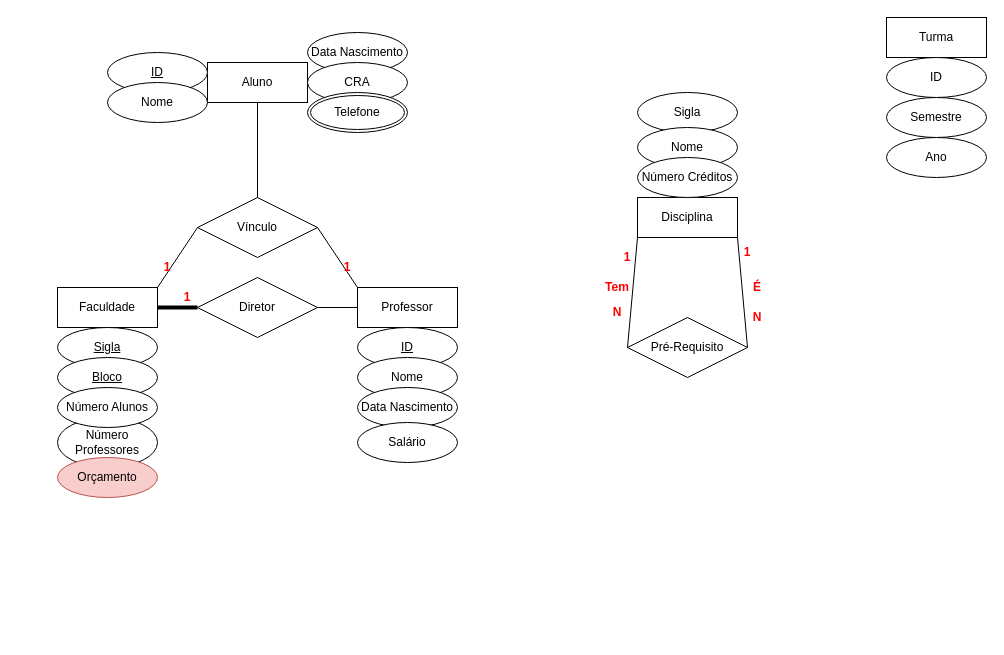
The draw.io diagram Aula 2 - Ex 2.drawio in artfrc/SBD, before the edit. Source tidied: cells renumbered, new cells numbered last; positions are measured from the earlier drawing's top-left corner, leaving out a move shared by most shapes. Both pictures are drawn from the tidied source at 100%, with x=0, y=0 at pixel (57, 17).
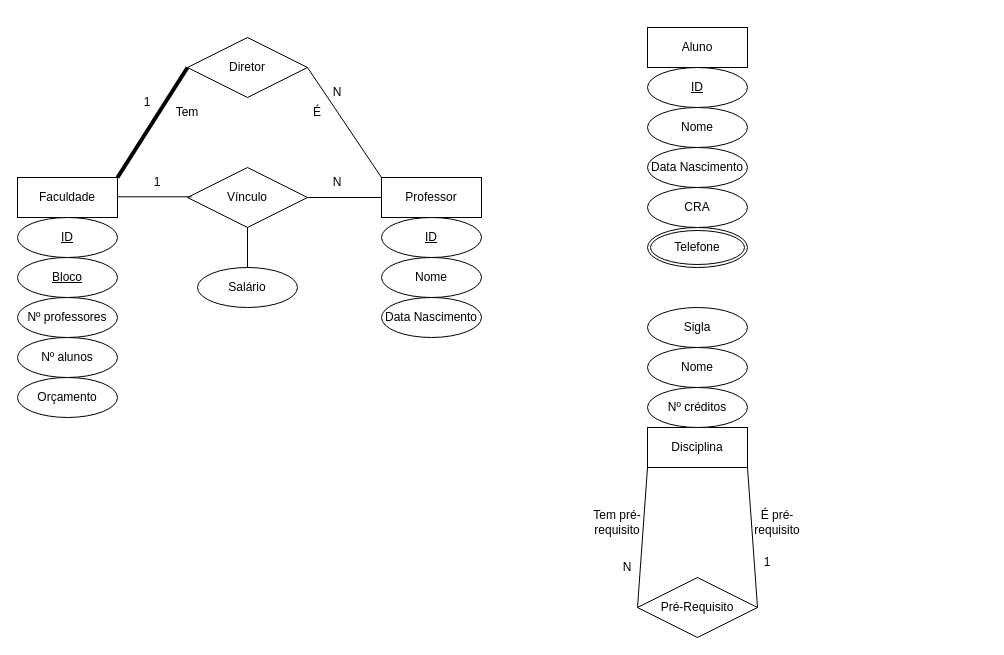
After the change.

What changed in the source:
```diff
@@
     <mxCell id="2" value="Faculdade" style="whiteSpace=wrap;html=1;align=center;" parent="1" vertex="1">
-      <mxGeometry y="270" width="100" height="40" as="geometry" />
+      <mxGeometry x="-40" y="160" width="100" height="40" as="geometry" />
     </mxCell>
-    <mxCell id="3" value="Sigla" style="ellipse;whiteSpace=wrap;html=1;align=center;fontStyle=4;" parent="1" vertex="1">
-      <mxGeometry y="310" width="100" height="40" as="geometry" />
-    </mxCell>
+    <mxCell id="46" value="ID" style="ellipse;whiteSpace=wrap;html=1;align=center;fontStyle=4;" parent="1" vertex="1">
+      <mxGeometry x="-40" y="200" width="100" height="40" as="geometry" />
+    </mxCell>
-    <mxCell id="4" value="&lt;u&gt;Bloco&lt;/u&gt;" style="ellipse;whiteSpace=wrap;html=1;align=center;" parent="1" vertex="1">
-      <mxGeometry y="340" width="100" height="40" as="geometry" />
+    <mxCell id="4" value="Bloco" style="ellipse;whiteSpace=wrap;html=1;align=center;fontStyle=4;" parent="1" vertex="1">
+      <mxGeometry x="-40" y="240" width="100" height="40" as="geometry" />
     </mxCell>
-    <mxCell id="5" value="Número Professores" style="ellipse;whiteSpace=wrap;html=1;align=center;" parent="1" vertex="1">
-      <mxGeometry y="400" width="100" height="50" as="geometry" />
-    </mxCell>
-    <mxCell id="6" value="Número Alunos" style="ellipse;whiteSpace=wrap;html=1;align=center;" parent="1" vertex="1">
-      <mxGeometry y="370" width="100" height="40" as="geometry" />
-    </mxCell>
+    <mxCell id="47" value="Nº professores" style="ellipse;whiteSpace=wrap;html=1;align=center;" parent="1" vertex="1">
+      <mxGeometry x="-40" y="280" width="100" height="40" as="geometry" />
+    </mxCell>
+    <mxCell id="48" value="Nº alunos" style="ellipse;whiteSpace=wrap;html=1;align=center;" parent="1" vertex="1">
+      <mxGeometry x="-40" y="320" width="100" height="40" as="geometry" />
+    </mxCell>
-    <mxCell id="7" value="Orçamento" style="ellipse;whiteSpace=wrap;html=1;align=center;fillColor=#f8cecc;strokeColor=#b85450;" parent="1" vertex="1">
-      <mxGeometry y="440" width="100" height="40" as="geometry" />
+    <mxCell id="7" value="Orçamento" style="ellipse;whiteSpace=wrap;html=1;align=center;" parent="1" vertex="1">
+      <mxGeometry x="-40" y="360" width="100" height="40" as="geometry" />
     </mxCell>
     <mxCell id="8" value="Disciplina" style="whiteSpace=wrap;html=1;align=center;" parent="1" vertex="1">
-      <mxGeometry x="580" y="180" width="100" height="40" as="geometry" />
+      <mxGeometry x="590" y="410" width="100" height="40" as="geometry" />
     </mxCell>
     <mxCell id="9" value="Sigla" style="ellipse;whiteSpace=wrap;html=1;align=center;" parent="1" vertex="1">
-      <mxGeometry x="580" y="75" width="100" height="40" as="geometry" />
+      <mxGeometry x="590" y="290" width="100" height="40" as="geometry" />
     </mxCell>
-    <mxCell id="10" value="Nome" style="ellipse;whiteSpace=wrap;html=1;align=center;" parent="1" vertex="1">
-      <mxGeometry x="580" y="110" width="100" height="40" as="geometry" />
-    </mxCell>
-    <mxCell id="11" value="Número Créditos" style="ellipse;whiteSpace=wrap;html=1;align=center;" parent="1" vertex="1">
-      <mxGeometry x="580" y="140" width="100" height="40" as="geometry" />
-    </mxCell>
+    <mxCell id="49" value="Nome" style="ellipse;whiteSpace=wrap;html=1;align=center;" parent="1" vertex="1">
+      <mxGeometry x="590" y="330" width="100" height="40" as="geometry" />
+    </mxCell>
+    <mxCell id="50" value="Nº créditos" style="ellipse;whiteSpace=wrap;html=1;align=center;" parent="1" vertex="1">
+      <mxGeometry x="590" y="370" width="100" height="40" as="geometry" />
+    </mxCell>
+    <mxCell id="31" value="Pré-Requisito" style="shape=rhombus;perimeter=rhombusPerimeter;whiteSpace=wrap;html=1;align=center;" parent="1" vertex="1">
+      <mxGeometry x="580" y="560" width="120" height="60" as="geometry" />
+    </mxCell>
+    <mxCell id="51" style="endArrow=none;html=1;rounded=0;exitX=0;exitY=1;exitDx=0;exitDy=0;entryX=0;entryY=0.5;entryDx=0;entryDy=0;" parent="1" edge="1" source="8" target="31">
+      <mxGeometry relative="1" as="geometry" />
+    </mxCell>
+    <mxCell id="52" style="endArrow=none;html=1;rounded=0;exitX=1;exitY=1;exitDx=0;exitDy=0;entryX=1;entryY=0.5;entryDx=0;entryDy=0;" parent="1" edge="1" source="8" target="31">
+      <mxGeometry relative="1" as="geometry" />
+    </mxCell>
+    <mxCell id="53" value="Tem pré-requisito" style="text;html=1;strokeColor=none;fillColor=none;align=center;verticalAlign=middle;whiteSpace=wrap;rounded=0;" parent="1" vertex="1">
+      <mxGeometry x="530" y="490" width="60" height="30" as="geometry" />
+    </mxCell>
+    <mxCell id="54" value="N" style="text;html=1;strokeColor=none;fillColor=none;align=center;verticalAlign=middle;whiteSpace=wrap;rounded=0;" parent="1" vertex="1">
+      <mxGeometry x="540" y="535" width="60" height="30" as="geometry" />
+    </mxCell>
+    <mxCell id="55" value="É pré-requisito" style="text;html=1;strokeColor=none;fillColor=none;align=center;verticalAlign=middle;whiteSpace=wrap;rounded=0;" parent="1" vertex="1">
+      <mxGeometry x="690" y="490" width="60" height="30" as="geometry" />
+    </mxCell>
+    <mxCell id="56" value="1" style="text;html=1;strokeColor=none;fillColor=none;align=center;verticalAlign=middle;whiteSpace=wrap;rounded=0;" parent="1" vertex="1">
+      <mxGeometry x="680" y="530" width="60" height="30" as="geometry" />
+    </mxCell>
     <mxCell id="12" value="Professor" style="whiteSpace=wrap;html=1;align=center;" parent="1" vertex="1">
-      <mxGeometry x="300" y="270" width="100" height="40" as="geometry" />
+      <mxGeometry x="324" y="160" width="100" height="40" as="geometry" />
     </mxCell>
-    <mxCell id="13" value="&lt;u&gt;ID&lt;/u&gt;" style="ellipse;whiteSpace=wrap;html=1;align=center;" parent="1" vertex="1">
-      <mxGeometry x="300" y="310" width="100" height="40" as="geometry" />
-    </mxCell>
-    <mxCell id="14" value="Nome" style="ellipse;whiteSpace=wrap;html=1;align=center;" parent="1" vertex="1">
-      <mxGeometry x="300" y="340" width="100" height="40" as="geometry" />
-    </mxCell>
-    <mxCell id="15" value="Data Nascimento" style="ellipse;whiteSpace=wrap;html=1;align=center;" parent="1" vertex="1">
-      <mxGeometry x="300" y="370" width="100" height="40" as="geometry" />
-    </mxCell>
+    <mxCell id="57" value="ID" style="ellipse;whiteSpace=wrap;html=1;align=center;fontStyle=4;" parent="1" vertex="1">
+      <mxGeometry x="324" y="200" width="100" height="40" as="geometry" />
+    </mxCell>
+    <mxCell id="58" value="Nome" style="ellipse;whiteSpace=wrap;html=1;align=center;" parent="1" vertex="1">
+      <mxGeometry x="324" y="240" width="100" height="40" as="geometry" />
+    </mxCell>
+    <mxCell id="59" value="Data Nascimento" style="ellipse;whiteSpace=wrap;html=1;align=center;" parent="1" vertex="1">
+      <mxGeometry x="324" y="280" width="100" height="40" as="geometry" />
+    </mxCell>
     <mxCell id="16" value="Salário" style="ellipse;whiteSpace=wrap;html=1;align=center;" parent="1" vertex="1">
-      <mxGeometry x="300" y="405" width="100" height="40" as="geometry" />
+      <mxGeometry x="140" y="250" width="100" height="40" as="geometry" />
     </mxCell>
     <mxCell id="17" value="Aluno" style="whiteSpace=wrap;html=1;align=center;" parent="1" vertex="1">
-      <mxGeometry x="150" y="45" width="100" height="40" as="geometry" />
+      <mxGeometry x="590" y="10" width="100" height="40" as="geometry" />
     </mxCell>
-    <mxCell id="18" value="ID" style="ellipse;whiteSpace=wrap;html=1;align=center;fontStyle=4;" parent="1" vertex="1">
-      <mxGeometry x="50" y="35" width="100" height="40" as="geometry" />
-    </mxCell>
-    <mxCell id="19" value="Nome" style="ellipse;whiteSpace=wrap;html=1;align=center;" parent="1" vertex="1">
-      <mxGeometry x="50" y="65" width="100" height="40" as="geometry" />
-    </mxCell>
-    <mxCell id="20" value="Data Nascimento" style="ellipse;whiteSpace=wrap;html=1;align=center;" parent="1" vertex="1">
-      <mxGeometry x="250" y="15" width="100" height="40" as="geometry" />
-    </mxCell>
+    <mxCell id="60" value="Nome" style="ellipse;whiteSpace=wrap;html=1;align=center;" parent="1" vertex="1">
+      <mxGeometry x="590" y="90" width="100" height="40" as="geometry" />
+    </mxCell>
+    <mxCell id="61" value="Data Nascimento" style="ellipse;whiteSpace=wrap;html=1;align=center;" parent="1" vertex="1">
+      <mxGeometry x="590" y="130" width="100" height="40" as="geometry" />
+    </mxCell>
     <mxCell id="21" value="CRA" style="ellipse;whiteSpace=wrap;html=1;align=center;" parent="1" vertex="1">
-      <mxGeometry x="250" y="45" width="100" height="40" as="geometry" />
+      <mxGeometry x="590" y="170" width="100" height="40" as="geometry" />
     </mxCell>
-    <mxCell id="22" value="Turma" style="whiteSpace=wrap;html=1;align=center;" parent="1" vertex="1">
-      <mxGeometry x="829" width="100" height="40" as="geometry" />
-    </mxCell>
-    <mxCell id="23" value="ID" style="ellipse;whiteSpace=wrap;html=1;align=center;" parent="1" vertex="1">
-      <mxGeometry x="829" y="40" width="100" height="40" as="geometry" />
-    </mxCell>
-    <mxCell id="24" value="Semestre" style="ellipse;whiteSpace=wrap;html=1;align=center;" parent="1" vertex="1">
-      <mxGeometry x="829" y="80" width="100" height="40" as="geometry" />
-    </mxCell>
-    <mxCell id="25" value="Ano" style="ellipse;whiteSpace=wrap;html=1;align=center;" parent="1" vertex="1">
-      <mxGeometry x="829" y="120" width="100" height="40" as="geometry" />
-    </mxCell>
+    <mxCell id="62" value="ID" style="ellipse;whiteSpace=wrap;html=1;align=center;fontStyle=4;" parent="1" vertex="1">
+      <mxGeometry x="590" y="50" width="100" height="40" as="geometry" />
+    </mxCell>
-    <mxCell id="26" value="Telefone" style="ellipse;shape=doubleEllipse;margin=3;whiteSpace=wrap;html=1;align=center;fontColor=#000000;" parent="1" vertex="1">
-      <mxGeometry x="250" y="75" width="100" height="40" as="geometry" />
+    <mxCell id="26" value="Telefone" style="ellipse;shape=doubleEllipse;margin=3;whiteSpace=wrap;html=1;align=center;" parent="1" vertex="1">
+      <mxGeometry x="590" y="210" width="100" height="40" as="geometry" />
     </mxCell>
-    <mxCell id="27" value="Diretor" style="shape=rhombus;perimeter=rhombusPerimeter;whiteSpace=wrap;html=1;align=center;fontColor=#000000;" parent="1" vertex="1">
-      <mxGeometry x="140" y="260" width="120" height="60" as="geometry" />
+    <mxCell id="27" value="Diretor" style="shape=rhombus;perimeter=rhombusPerimeter;whiteSpace=wrap;html=1;align=center;" parent="1" vertex="1">
+      <mxGeometry x="130" y="20" width="120" height="60" as="geometry" />
     </mxCell>
-    <mxCell id="28" style="endArrow=none;html=1;rounded=0;labelBorderColor=none;fontColor=#000000;strokeWidth=4;exitX=0;exitY=0.5;exitDx=0;exitDy=0;entryX=1;entryY=0.5;entryDx=0;entryDy=0;" parent="1" edge="1" source="27" target="2">
+    <mxCell id="28" style="endArrow=none;html=1;rounded=0;exitX=0;exitY=0.5;exitDx=0;exitDy=0;entryX=1;entryY=0;entryDx=0;entryDy=0;strokeWidth=4;" parent="1" edge="1" source="27" target="2">
       <mxGeometry relative="1" as="geometry" />
     </mxCell>
-    <mxCell id="29" style="endArrow=none;html=1;rounded=0;labelBorderColor=none;fontColor=#000000;strokeWidth=1;exitX=1;exitY=0.5;exitDx=0;exitDy=0;entryX=0;entryY=0.5;entryDx=0;entryDy=0;" parent="1" edge="1" source="27" target="12">
+    <mxCell id="29" style="endArrow=none;html=1;rounded=0;exitX=1;exitY=0.5;exitDx=0;exitDy=0;entryX=0;entryY=0;entryDx=0;entryDy=0;" parent="1" edge="1" source="27" target="12">
       <mxGeometry relative="1" as="geometry" />
     </mxCell>
-    <mxCell id="30" value="1" style="text;html=1;strokeColor=none;fillColor=none;align=center;verticalAlign=middle;whiteSpace=wrap;rounded=0;fontColor=#FF0000;fontStyle=1;" parent="1" vertex="1">
-      <mxGeometry x="100" y="265" width="60" height="30" as="geometry" />
-    </mxCell>
-    <mxCell id="31" value="Pré-Requisito" style="shape=rhombus;perimeter=rhombusPerimeter;whiteSpace=wrap;html=1;align=center;fontColor=#000000;" parent="1" vertex="1">
-      <mxGeometry x="570" y="300" width="120" height="60" as="geometry" />
-    </mxCell>
-    <mxCell id="32" style="endArrow=none;html=1;rounded=0;labelBorderColor=none;fontColor=#000000;strokeWidth=1;exitX=0;exitY=0.5;exitDx=0;exitDy=0;entryX=0;entryY=1;entryDx=0;entryDy=0;" parent="1" edge="1" source="31" target="8">
-      <mxGeometry relative="1" as="geometry" />
-    </mxCell>
-    <mxCell id="33" style="endArrow=none;html=1;rounded=0;labelBorderColor=none;fontColor=#000000;strokeWidth=1;exitX=1;exitY=0.5;exitDx=0;exitDy=0;entryX=1;entryY=1;entryDx=0;entryDy=0;" parent="1" edge="1" source="31" target="8">
-      <mxGeometry relative="1" as="geometry" />
-    </mxCell>
+    <mxCell id="63" value="1" style="text;html=1;strokeColor=none;fillColor=none;align=center;verticalAlign=middle;whiteSpace=wrap;rounded=0;" parent="1" vertex="1">
+      <mxGeometry x="60" y="70" width="60" height="30" as="geometry" />
+    </mxCell>
+    <mxCell id="64" value="N" style="text;html=1;strokeColor=none;fillColor=none;align=center;verticalAlign=middle;whiteSpace=wrap;rounded=0;" parent="1" vertex="1">
+      <mxGeometry x="250" y="60" width="60" height="30" as="geometry" />
+    </mxCell>
+    <mxCell id="40" value="Vínculo" style="shape=rhombus;perimeter=rhombusPerimeter;whiteSpace=wrap;html=1;align=center;" parent="1" vertex="1">
+      <mxGeometry x="130" y="150" width="120" height="60" as="geometry" />
+    </mxCell>
+    <mxCell id="65" style="endArrow=none;html=1;rounded=0;exitX=0;exitY=0.5;exitDx=0;exitDy=0;entryX=1;entryY=0.5;entryDx=0;entryDy=0;" parent="1" edge="1" source="12" target="40">
+      <mxGeometry relative="1" as="geometry" />
+    </mxCell>
+    <mxCell id="66" style="endArrow=none;html=1;rounded=0;exitX=0;exitY=0.5;exitDx=0;exitDy=0;entryX=1;entryY=0.5;entryDx=0;entryDy=0;" parent="1" edge="1">
+      <mxGeometry relative="1" as="geometry">
+        <mxPoint x="134" y="179.3" as="sourcePoint" />
+        <mxPoint x="60" y="179.3" as="targetPoint" />
+      </mxGeometry>
+    </mxCell>
+    <mxCell id="67" value="1" style="text;html=1;strokeColor=none;fillColor=none;align=center;verticalAlign=middle;whiteSpace=wrap;rounded=0;" parent="1" vertex="1">
+      <mxGeometry x="70" y="150" width="60" height="30" as="geometry" />
+    </mxCell>
+    <mxCell id="68" value="N" style="text;html=1;strokeColor=none;fillColor=none;align=center;verticalAlign=middle;whiteSpace=wrap;rounded=0;" parent="1" vertex="1">
+      <mxGeometry x="250" y="150" width="60" height="30" as="geometry" />
+    </mxCell>
+    <mxCell id="38" value="É" style="text;html=1;strokeColor=none;fillColor=none;align=center;verticalAlign=middle;whiteSpace=wrap;rounded=0;" parent="1" vertex="1">
+      <mxGeometry x="230" y="80" width="60" height="30" as="geometry" />
+    </mxCell>
-    <mxCell id="34" value="Tem" style="text;html=1;strokeColor=none;fillColor=none;align=center;verticalAlign=middle;whiteSpace=wrap;rounded=0;fontColor=#FF0000;fontStyle=1;" parent="1" vertex="1">
-      <mxGeometry x="530" y="255" width="60" height="30" as="geometry" />
+    <mxCell id="34" value="Tem" style="text;html=1;strokeColor=none;fillColor=none;align=center;verticalAlign=middle;whiteSpace=wrap;rounded=0;" parent="1" vertex="1">
+      <mxGeometry x="100" y="80" width="60" height="30" as="geometry" />
     </mxCell>
-    <mxCell id="35" value="N" style="text;html=1;strokeColor=none;fillColor=none;align=center;verticalAlign=middle;whiteSpace=wrap;rounded=0;fontColor=#FF0000;fontStyle=1;" parent="1" vertex="1">
-      <mxGeometry x="670" y="285" width="60" height="30" as="geometry" />
-    </mxCell>
-    <mxCell id="36" value="N" style="text;html=1;strokeColor=none;fillColor=none;align=center;verticalAlign=middle;whiteSpace=wrap;rounded=0;fontColor=#FF0000;fontStyle=1;" parent="1" vertex="1">
-      <mxGeometry x="530" y="280" width="60" height="30" as="geometry" />
-    </mxCell>
-    <mxCell id="37" value="1" style="text;html=1;strokeColor=none;fillColor=none;align=center;verticalAlign=middle;whiteSpace=wrap;rounded=0;fontColor=#FF0000;fontStyle=1;" parent="1" vertex="1">
-      <mxGeometry x="540" y="225" width="60" height="30" as="geometry" />
-    </mxCell>
-    <mxCell id="38" value="É" style="text;html=1;strokeColor=none;fillColor=none;align=center;verticalAlign=middle;whiteSpace=wrap;rounded=0;fontColor=#FF0000;fontStyle=1;" parent="1" vertex="1">
-      <mxGeometry x="670" y="255" width="60" height="30" as="geometry" />
-    </mxCell>
-    <mxCell id="39" value="1" style="text;html=1;strokeColor=none;fillColor=none;align=center;verticalAlign=middle;whiteSpace=wrap;rounded=0;fontColor=#FF0000;fontStyle=1;" parent="1" vertex="1">
-      <mxGeometry x="660" y="220" width="60" height="30" as="geometry" />
-    </mxCell>
-    <mxCell id="40" value="Vínculo" style="shape=rhombus;perimeter=rhombusPerimeter;whiteSpace=wrap;html=1;align=center;fontColor=#000000;" parent="1" vertex="1">
-      <mxGeometry x="140" y="180" width="120" height="60" as="geometry" />
-    </mxCell>
-    <mxCell id="41" style="endArrow=none;html=1;rounded=0;labelBorderColor=none;fontColor=#000000;strokeWidth=1;exitX=1;exitY=0.5;exitDx=0;exitDy=0;entryX=0;entryY=0;entryDx=0;entryDy=0;" parent="1" edge="1" source="40" target="12">
-      <mxGeometry relative="1" as="geometry" />
-    </mxCell>
-    <mxCell id="42" style="endArrow=none;html=1;rounded=0;labelBorderColor=none;fontColor=#000000;strokeWidth=1;exitX=0;exitY=0.5;exitDx=0;exitDy=0;" parent="1" edge="1" source="40">
-      <mxGeometry relative="1" as="geometry">
-        <mxPoint x="100" y="270" as="targetPoint" />
-      </mxGeometry>
-    </mxCell>
-    <mxCell id="43" value="1" style="text;html=1;strokeColor=none;fillColor=none;align=center;verticalAlign=middle;whiteSpace=wrap;rounded=0;fontColor=#FF0000;fontStyle=1;" parent="1" vertex="1">
-      <mxGeometry x="260" y="235" width="60" height="30" as="geometry" />
-    </mxCell>
-    <mxCell id="44" value="1" style="text;html=1;strokeColor=none;fillColor=none;align=center;verticalAlign=middle;whiteSpace=wrap;rounded=0;fontColor=#FF0000;fontStyle=1;" parent="1" vertex="1">
-      <mxGeometry x="80" y="235" width="60" height="30" as="geometry" />
-    </mxCell>
-    <mxCell id="45" style="endArrow=none;html=1;rounded=0;labelBorderColor=none;fontColor=#000000;strokeWidth=1;exitX=0.5;exitY=0;exitDx=0;exitDy=0;entryX=0.5;entryY=1;entryDx=0;entryDy=0;" parent="1" edge="1" source="40" target="17">
-      <mxGeometry relative="1" as="geometry" />
-    </mxCell>
+    <mxCell id="69" style="endArrow=none;html=1;rounded=0;strokeWidth=1;exitX=0.5;exitY=1;exitDx=0;exitDy=0;entryX=0.5;entryY=0;entryDx=0;entryDy=0;" parent="1" edge="1" source="40" target="16">
+      <mxGeometry relative="1" as="geometry" />
+    </mxCell>
```
